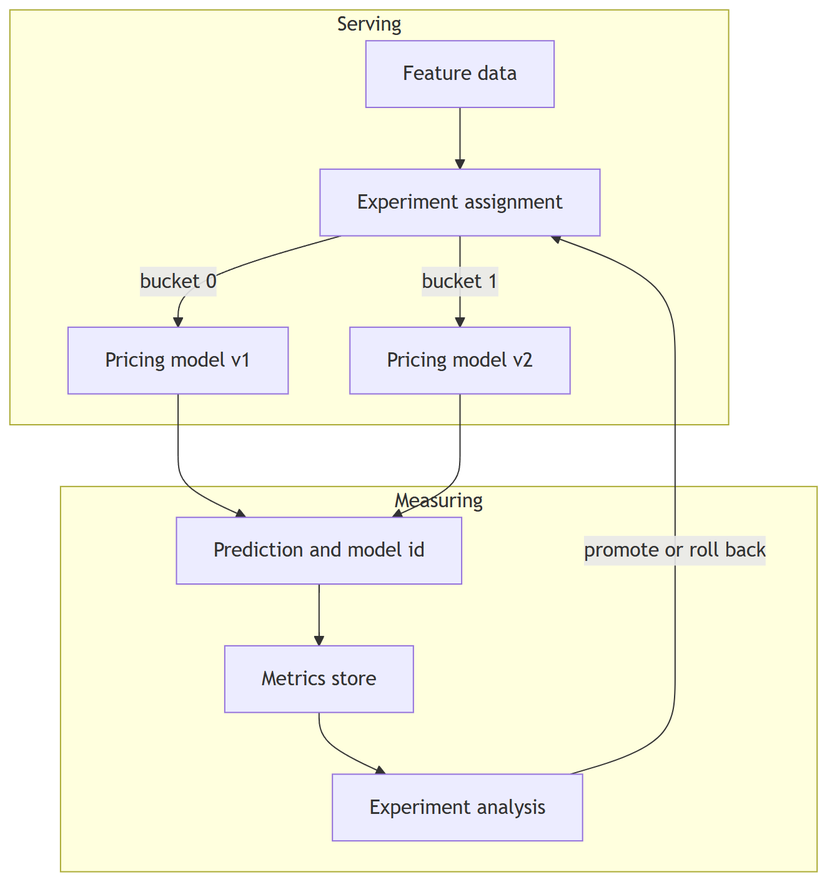
Earlier version of the Mermaid export docs/diagrams/arch-ml-pipeline.png (enok/design-pattern-strategy). Its source is kept beside it as docs/diagrams/arch-ml-pipeline.mmd.
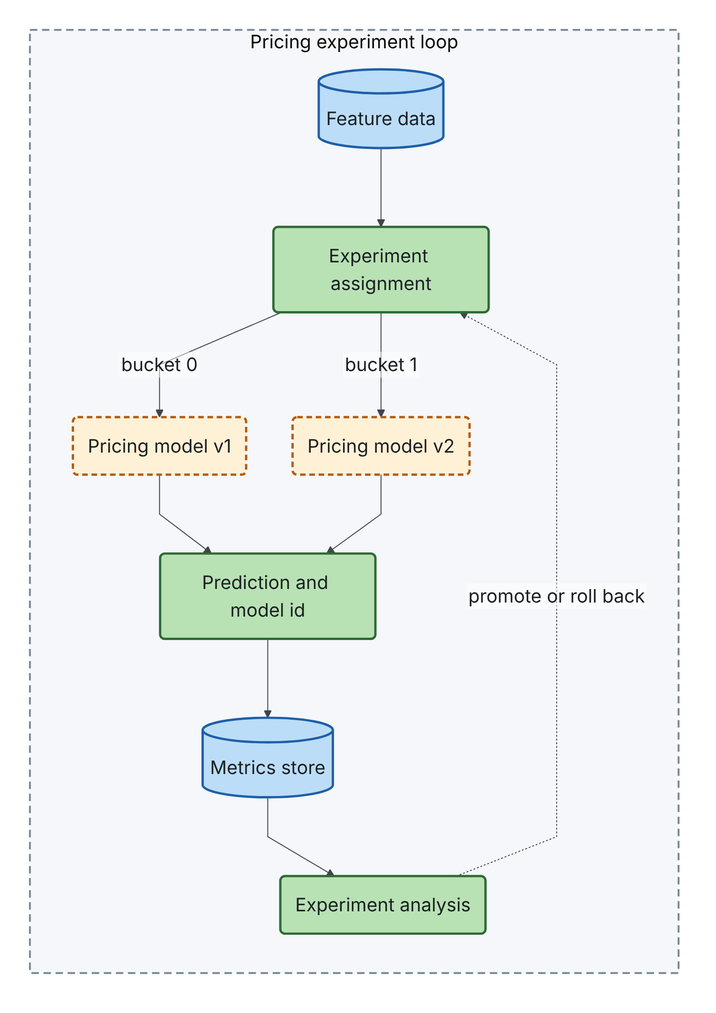
After the commit.

Change to the diagram source:
```diff
@@ -1,15 +1,25 @@
+%%{init: {"theme": "base", "themeVariables": {"fontFamily": "Arial, Helvetica, sans-serif", "fontSize": "20px", "background": "#FFFFFF", "primaryColor": "#FFFFFF", "primaryBorderColor": "#1B1F23", "primaryTextColor": "#1B1F23", "secondaryColor": "#FDDCB5", "tertiaryColor": "#F5F7FA", "lineColor": "#3D4650", "textColor": "#1B1F23", "mainBkg": "#FFFFFF", "nodeBorder": "#1B1F23", "clusterBkg": "#F5F7FA", "clusterBorder": "#9AA5B1", "edgeLabelBackground": "#FFFFFF", "noteBkgColor": "#FFF6D6", "noteBorderColor": "#B8860B", "noteTextColor": "#1B1F23", "actorBkg": "#B8E2B4", "actorBorder": "#2F6B35", "actorTextColor": "#1B1F23", "actorLineColor": "#7A8794", "signalColor": "#3D4650", "signalTextColor": "#1B1F23", "labelBoxBkgColor": "#F5F7FA", "labelBoxBorderColor": "#7A8794", "labelTextColor": "#1B1F23", "loopTextColor": "#1B1F23", "activationBkgColor": "#DDEFDB", "activationBorderColor": "#2F6B35", "sequenceNumberColor": "#FFFFFF", "classText": "#1B1F23"}, "flowchart": {"curve": "linear", "nodeSpacing": 50, "rankSpacing": 60, "padding": 16, "htmlLabels": false}, "sequence": {"actorMargin": 50, "messageMargin": 38, "boxMargin": 10, "noteMargin": 10, "mirrorActors": false, "useMaxWidth": false}, "class": {"padding": 12, "htmlLabels": false}, "fontFamily": "Arial, Helvetica, sans-serif"}}%%
 flowchart TB
-    subgraph SERVE[Serving]
-        direction LR
-        DATA[Feature data] --> ASSIGN[Experiment assignment]
-        ASSIGN -->|bucket 0| MA[Pricing model v1]
-        ASSIGN -->|bucket 1| MB[Pricing model v2]
+    subgraph LOOP["Pricing experiment loop"]
+        direction TB
+        DATA[("Feature data")] --> ASSIGN("Experiment assignment")
+        ASSIGN -->|"bucket 0"| MA("Pricing model v1")
+        ASSIGN -->|"bucket 1"| MB("Pricing model v2")
+        MA --> PRED("Prediction and model id")
+        MB --> PRED
+        PRED --> LOG[("Metrics store")]
+        LOG --> EVAL("Experiment analysis")
+        EVAL -.->|"promote or roll back"| ASSIGN
     end
-    subgraph LEARN[Measuring]
-        direction LR
-        PRED[Prediction and model id] --> LOG[Metrics store]
-        LOG --> EVAL[Experiment analysis]
-    end
-    MA --> PRED
-    MB --> PRED
-    EVAL -->|promote or roll back| ASSIGN
+
+    classDef context fill:#B8E2B4,stroke:#2F6B35,stroke-width:2.5px,color:#1B1F23
+    classDef strategy fill:#FDDCB5,stroke:#B35C0F,stroke-width:2.5px,color:#1B1F23
+    classDef concrete fill:#F7B267,stroke:#B35C0F,stroke-width:2.5px,color:#1B1F23
+    classDef adhoc fill:#FFF1D6,stroke:#B35C0F,stroke-width:2.5px,stroke-dasharray:6 4,color:#1B1F23
+    classDef data fill:#BBDDF7,stroke:#1F5FA8,stroke-width:2.5px,color:#1B1F23
+    classDef danger fill:#F9C5C0,stroke:#A5222B,stroke-width:2.5px,color:#1B1F23
+    classDef client fill:#FFFFFF,stroke:#1B1F23,stroke-width:2.5px,color:#1B1F23
+    class ASSIGN,PRED,EVAL context;
+    class MA,MB adhoc;
+    class DATA,LOG data;
+    style LOOP fill:#F5F7FA,stroke:#7A8794,stroke-width:2px,stroke-dasharray:8 5
```
